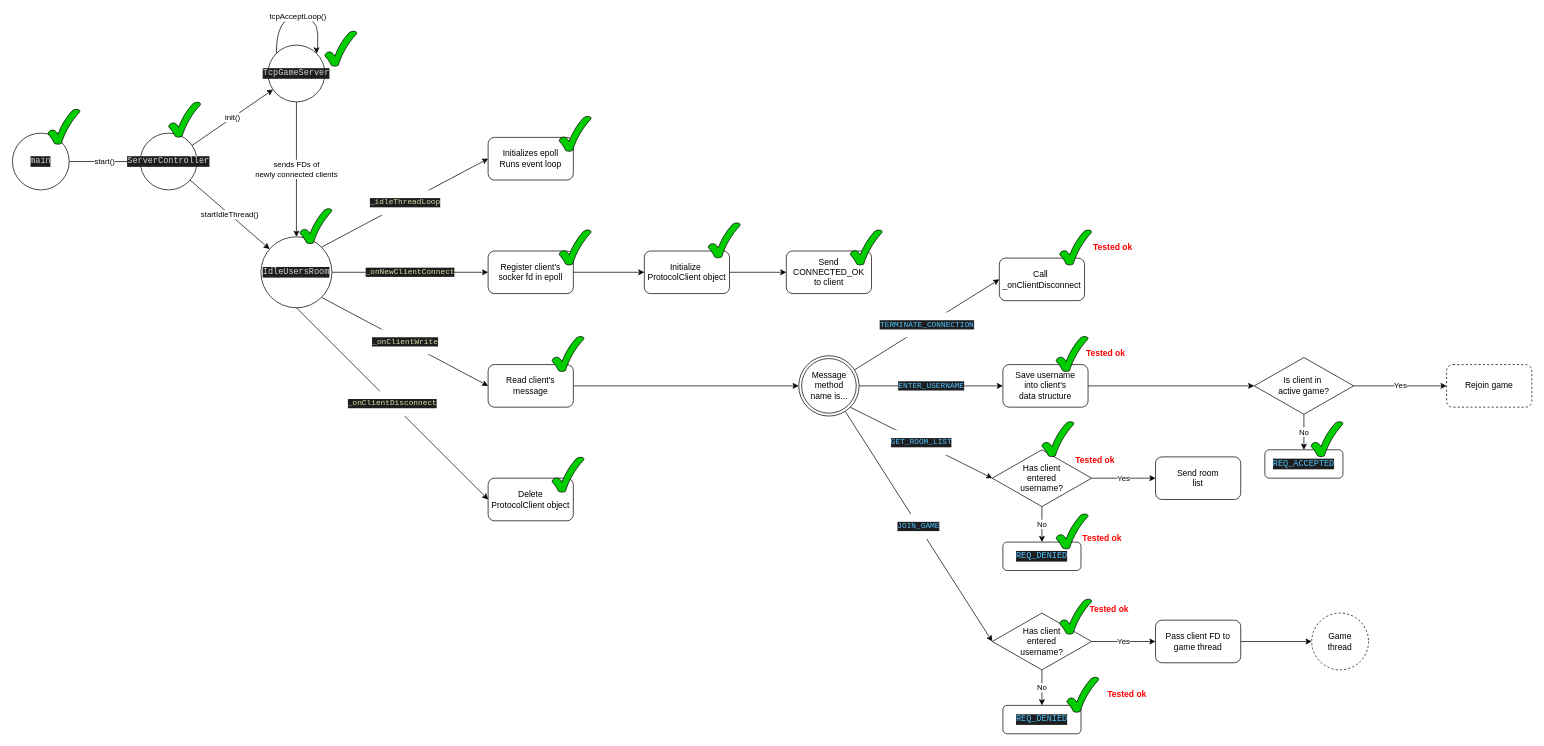
Before: page "Stránka-1" (1 of 2) of doc/server_FSM_graph_v1.1.drawio in jonas-s-s-s/UpsServer, a draw.io diagram. Source tidied: cells renumbered, new cells numbered last; positions are measured from the earlier drawing's top-left corner, leaving out a move shared by most shapes. Both pictures are drawn from the tidied source at 71%, with x=0, y=0 at pixel (12, 16).
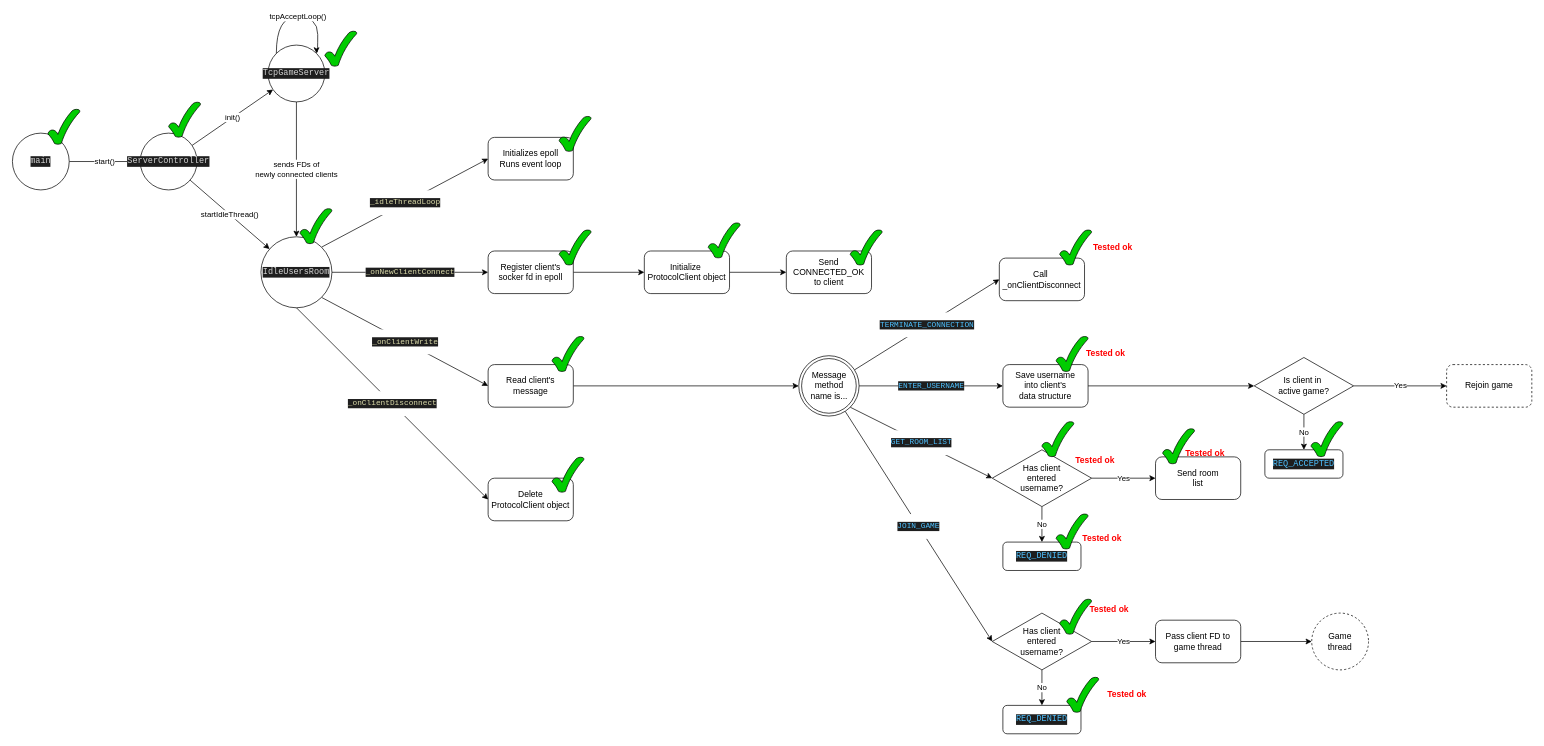
The same page after the edit.

Diff of the diagram source:
```diff
@@
+    <mxCell id="72" style="verticalLabelPosition=bottom;verticalAlign=top;html=1;shape=mxgraph.basic.tick;fillColor=#00CC00;" parent="1" vertex="1">
+      <mxGeometry x="1620" y="580" width="45" height="50" as="geometry" />
+    </mxCell>
+    <mxCell id="73" value="Tested ok" style="text;html=1;strokeColor=none;fillColor=none;align=center;verticalAlign=middle;whiteSpace=wrap;rounded=0;fontStyle=1;fontColor=#FF0000;" parent="1" vertex="1">
+      <mxGeometry x="1650" y="600" width="60" height="30" as="geometry" />
+    </mxCell>
```
